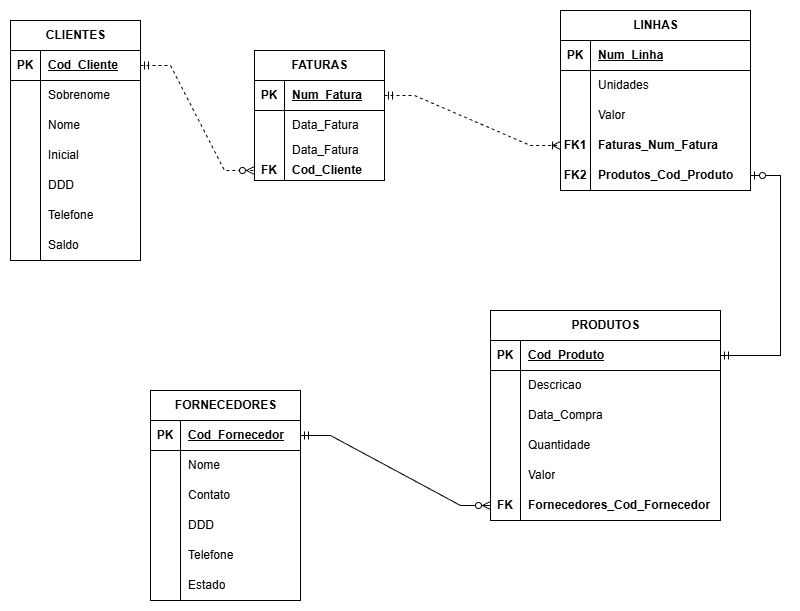
The draw.io diagram DER - Drawio.png in zdANSZ/CJOBDD1, before a commit. Source tidied: cells renumbered, new cells last; positions are measured from the earlier drawing's top-left corner, leaving out a move shared by most shapes.
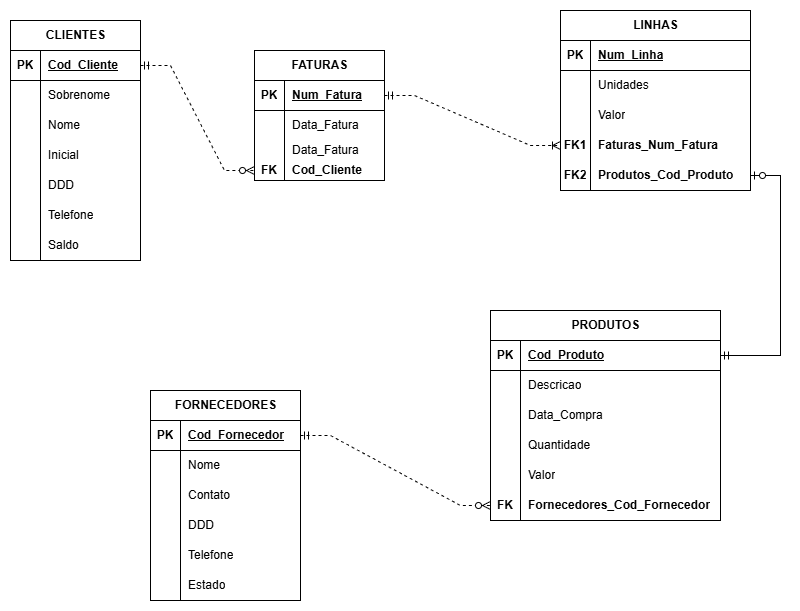
After the change.

What changed in the source:
```diff
@@ -284,7 +284,7 @@
     <mxCell id="94" style="edgeStyle=entityRelationEdgeStyle;fontSize=12;html=1;endArrow=ERzeroToOne;startArrow=ERmandOne;rounded=0;exitX=1;exitY=0.5;exitDx=0;exitDy=0;" parent="1" edge="1" source="54" target="50">
       <mxGeometry relative="1" as="geometry" />
     </mxCell>
-    <mxCell id="95" style="edgeStyle=entityRelationEdgeStyle;fontSize=12;html=1;endArrow=ERzeroToMany;startArrow=ERmandOne;rounded=0;entryX=0;entryY=0.5;entryDx=0;entryDy=0;exitX=1;exitY=0.5;exitDx=0;exitDy=0;" parent="1" edge="1" source="73" target="69">
+    <mxCell id="95" style="edgeStyle=entityRelationEdgeStyle;fontSize=12;html=1;endArrow=ERzeroToMany;startArrow=ERmandOne;rounded=0;entryX=0;entryY=0.5;entryDx=0;entryDy=0;exitX=1;exitY=0.5;exitDx=0;exitDy=0;dashed=1;" parent="1" edge="1" source="73" target="69">
       <mxGeometry relative="1" as="geometry" />
     </mxCell>
   </root>
```
